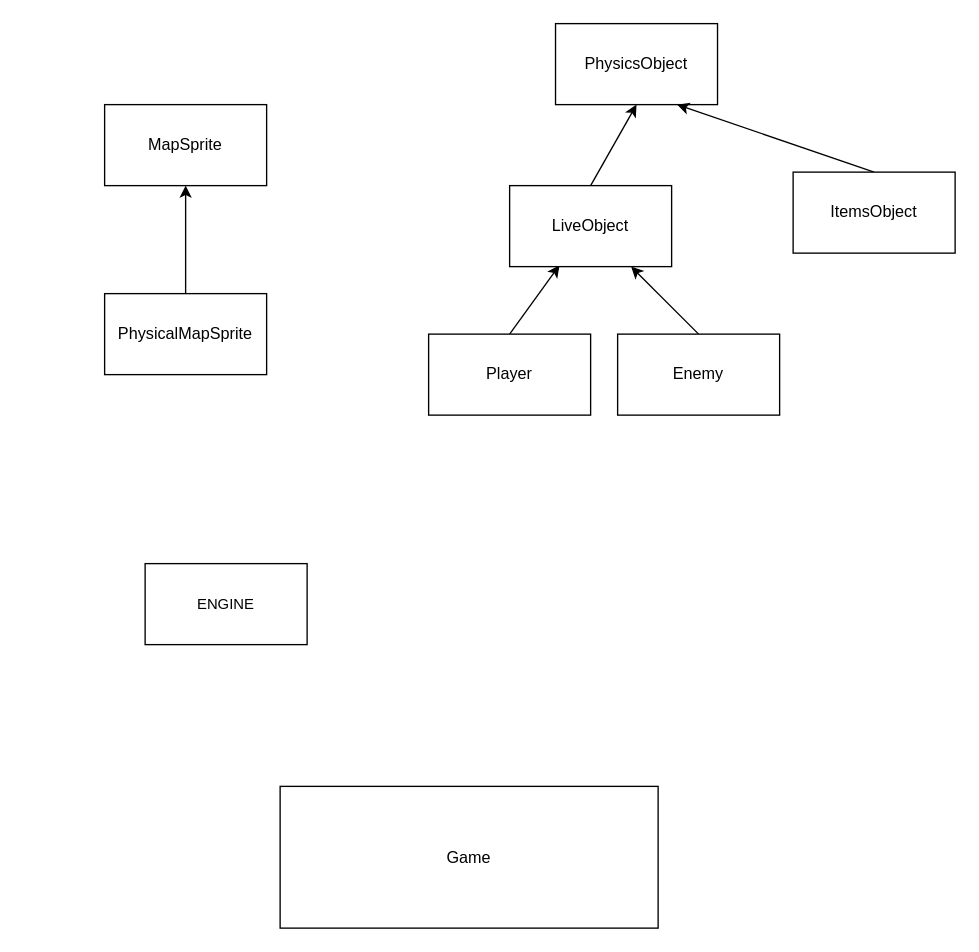
Earlier version of the draw.io diagram Platformer.drawio (Nekit678/Platformer_Unibot). Source tidied: cells renumbered, new cells numbered last; positions are measured from the earlier drawing's top-left corner, leaving out a move shared by most shapes. Both pictures are drawn from the tidied source at 135%, with x=0, y=0 at pixel (104, 23).
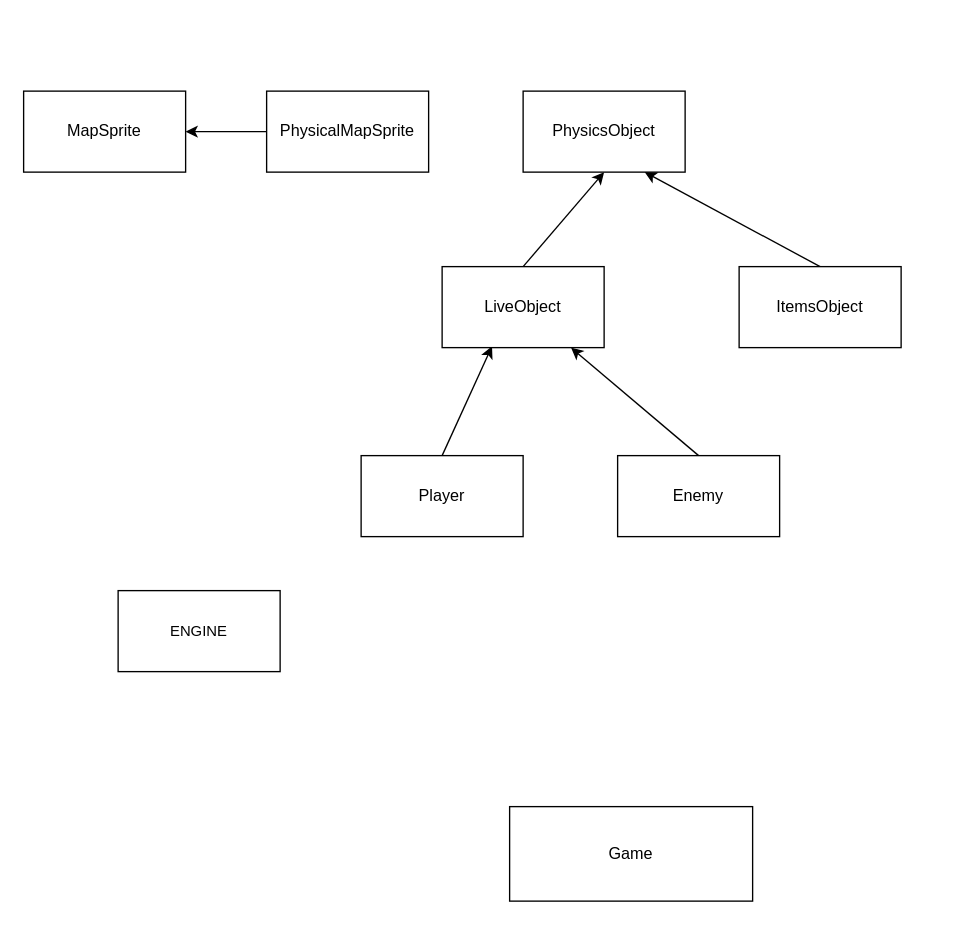
Above is the later version.

What changed in the source:
```diff
@@
 <mxGraphModel>
   <root>
     <mxCell id="0" />
     <mxCell id="1" parent="0" />
     <mxCell id="2" value="MapSprite" style="rounded=0;whiteSpace=wrap;html=1;" parent="1" vertex="1">
-      <mxGeometry y="60" width="120" height="60" as="geometry" />
+      <mxGeometry x="-60" y="50" width="120" height="60" as="geometry" />
     </mxCell>
-    <mxCell id="3" style="edgeStyle=orthogonalEdgeStyle;rounded=0;jettySize=auto;html=1;exitX=0.5;exitY=0;exitDx=0;exitDy=0;" parent="1" edge="1" source="4" target="2">
+    <mxCell id="3" style="rounded=0;jettySize=auto;html=1;exitX=0;exitY=0.5;exitDx=0;exitDy=0;" parent="1" edge="1" source="4" target="2">
       <mxGeometry relative="1" as="geometry" />
     </mxCell>
     <mxCell id="4" value="PhysicalMapSprite" style="rounded=0;whiteSpace=wrap;html=1;" parent="1" vertex="1">
-      <mxGeometry y="200" width="120" height="60" as="geometry" />
+      <mxGeometry x="120" y="50" width="120" height="60" as="geometry" />
     </mxCell>
     <mxCell id="5" value="Game" style="rounded=0;whiteSpace=wrap;html=1;" parent="1" vertex="1">
-      <mxGeometry x="130" y="565" width="280" height="105" as="geometry" />
+      <mxGeometry x="300" y="580" width="180" height="70" as="geometry" />
     </mxCell>
     <mxCell id="6" style="edgeStyle=none;shape=connector;rounded=0;jettySize=auto;html=1;exitX=0.5;exitY=0;exitDx=0;exitDy=0;labelBackgroundColor=default;strokeColor=default;fontFamily=Helvetica;fontSize=11;fontColor=default;endArrow=classic;" parent="1" edge="1" source="7" target="11">
       <mxGeometry relative="1" as="geometry" />
     </mxCell>
     <mxCell id="7" value="Enemy" style="rounded=0;whiteSpace=wrap;html=1;" parent="1" vertex="1">
-      <mxGeometry x="380" y="230" width="120" height="60" as="geometry" />
+      <mxGeometry x="380" y="320" width="120" height="60" as="geometry" />
     </mxCell>
     <mxCell id="8" style="rounded=0;jettySize=auto;html=1;exitX=0.5;exitY=0;exitDx=0;exitDy=0;entryX=0.308;entryY=0.983;entryDx=0;entryDy=0;entryPerimeter=0;" parent="1" edge="1" source="9" target="11">
       <mxGeometry relative="1" as="geometry" />
     </mxCell>
     <mxCell id="9" value="Player" style="rounded=0;whiteSpace=wrap;html=1;" parent="1" vertex="1">
-      <mxGeometry x="240" y="230" width="120" height="60" as="geometry" />
+      <mxGeometry x="190" y="320" width="120" height="60" as="geometry" />
     </mxCell>
     <mxCell id="10" style="rounded=0;jettySize=auto;html=1;exitX=0.5;exitY=0;exitDx=0;exitDy=0;entryX=0.5;entryY=1;entryDx=0;entryDy=0;" parent="1" edge="1" source="11" target="13">
       <mxGeometry relative="1" as="geometry" />
     </mxCell>
     <mxCell id="11" value="LiveObject" style="rounded=0;whiteSpace=wrap;html=1;" parent="1" vertex="1">
-      <mxGeometry x="300" y="120" width="120" height="60" as="geometry" />
+      <mxGeometry x="250" y="180" width="120" height="60" as="geometry" />
     </mxCell>
     <mxCell id="12" value="ENGINE" style="rounded=0;whiteSpace=wrap;html=1;fontFamily=Helvetica;fontSize=11;fontColor=default;" parent="1" vertex="1">
-      <mxGeometry x="30" y="400" width="120" height="60" as="geometry" />
+      <mxGeometry x="10" y="420" width="120" height="60" as="geometry" />
     </mxCell>
     <mxCell id="13" value="PhysicsObject" style="rounded=0;whiteSpace=wrap;html=1;" parent="1" vertex="1">
-      <mxGeometry x="334" width="120" height="60" as="geometry" />
+      <mxGeometry x="310" y="50" width="120" height="60" as="geometry" />
     </mxCell>
     <mxCell id="14" style="rounded=0;jettySize=auto;html=1;exitX=0.5;exitY=0;exitDx=0;exitDy=0;entryX=0.75;entryY=1;entryDx=0;entryDy=0;" parent="1" edge="1" source="15" target="13">
       <mxGeometry relative="1" as="geometry" />
     </mxCell>
     <mxCell id="15" value="ItemsObject" style="rounded=0;whiteSpace=wrap;html=1;" parent="1" vertex="1">
-      <mxGeometry x="510" y="110" width="120" height="60" as="geometry" />
+      <mxGeometry x="470" y="180" width="120" height="60" as="geometry" />
     </mxCell>
   </root>
 </mxGraphModel>
```
